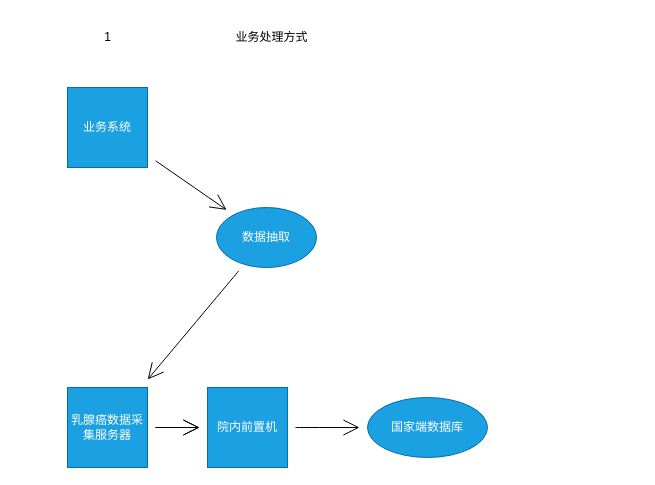
Earlier version of the draw.io diagram Untitled Diagram.drawio (JayCheungS/zqy). Source tidied: cells renumbered, new cells numbered last; positions are measured from the earlier drawing's top-left corner, leaving out a move shared by most shapes. Both pictures are drawn from the tidied source at 100%, with x=0, y=0 at pixel (67, 27).
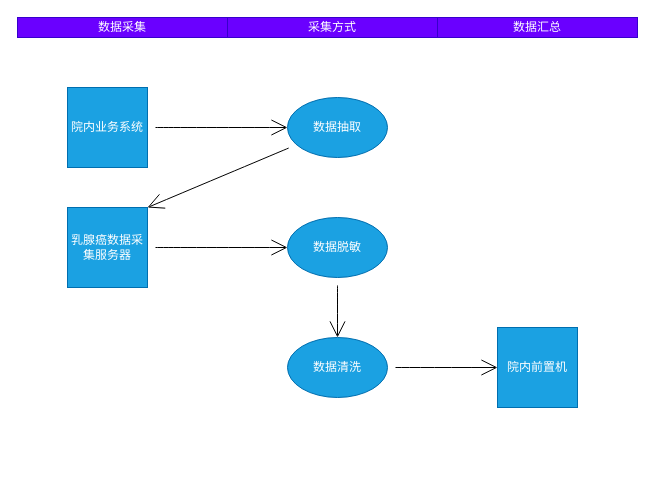
Above is the later version.

Diff of the diagram source:
```diff
@@
 <mxGraphModel>
   <root>
     <mxCell id="0" />
     <mxCell id="1" parent="0" />
-    <mxCell id="2" style="edgeStyle=none;curved=1;rounded=0;jettySize=auto;html=1;endArrow=open;startSize=14;endSize=14;sourcePerimeterSpacing=8;targetPerimeterSpacing=8;" parent="1" edge="1" source="4" target="6">
-      <mxGeometry relative="1" as="geometry" />
-    </mxCell>
-    <mxCell id="3" style="edgeStyle=none;curved=1;rounded=0;jettySize=auto;html=1;endArrow=open;startSize=14;endSize=14;sourcePerimeterSpacing=8;targetPerimeterSpacing=8;" parent="1" edge="1" source="4" target="6">
-      <mxGeometry relative="1" as="geometry" />
-    </mxCell>
+    <mxCell id="14" style="edgeStyle=none;curved=1;rounded=0;jettySize=auto;html=1;entryX=0;entryY=0.5;entryDx=0;entryDy=0;endArrow=open;startSize=14;endSize=14;sourcePerimeterSpacing=8;targetPerimeterSpacing=8;" parent="1" edge="1" source="4" target="16">
+      <mxGeometry relative="1" as="geometry" />
+    </mxCell>
     <mxCell id="4" value="乳腺癌数据采集服务器" style="whiteSpace=wrap;html=1;hachureGap=4;fillColor=#1ba1e2;strokeColor=#006EAF;fontColor=#ffffff;" parent="1" vertex="1">
-      <mxGeometry y="360" width="80" height="80" as="geometry" />
+      <mxGeometry y="180" width="80" height="80" as="geometry" />
     </mxCell>
-    <mxCell id="5" style="edgeStyle=none;curved=1;rounded=0;jettySize=auto;html=1;endArrow=open;startSize=14;endSize=14;sourcePerimeterSpacing=8;targetPerimeterSpacing=8;" parent="1" edge="1" source="6" target="7">
-      <mxGeometry relative="1" as="geometry" />
-    </mxCell>
-    <mxCell id="6" value="院内前置机" style="whiteSpace=wrap;html=1;hachureGap=4;fillColor=#1ba1e2;strokeColor=#006EAF;fontColor=#ffffff;" parent="1" vertex="1">
-      <mxGeometry x="140" y="360" width="80" height="80" as="geometry" />
-    </mxCell>
-    <mxCell id="7" value="国家端数据库" style="ellipse;whiteSpace=wrap;html=1;fontColor=#ffffff;strokeColor=#006EAF;fillColor=#1ba1e2;hachureGap=4;" parent="1" vertex="1">
-      <mxGeometry x="300" y="370" width="120" height="60" as="geometry" />
-    </mxCell>
-    <mxCell id="8" style="edgeStyle=none;curved=1;rounded=0;jettySize=auto;html=1;endArrow=open;startSize=14;endSize=14;sourcePerimeterSpacing=8;targetPerimeterSpacing=8;" parent="1" edge="1" source="9" target="4">
+    <mxCell id="8" style="edgeStyle=none;curved=1;rounded=0;jettySize=auto;html=1;endArrow=open;startSize=14;endSize=14;sourcePerimeterSpacing=8;targetPerimeterSpacing=8;entryX=1;entryY=0;entryDx=0;entryDy=0;" parent="1" edge="1" source="9" target="4">
       <mxGeometry relative="1" as="geometry" />
     </mxCell>
     <mxCell id="9" value="数据抽取" style="ellipse;whiteSpace=wrap;html=1;fontColor=#ffffff;strokeColor=#006EAF;fillColor=#1ba1e2;hachureGap=4;" parent="1" vertex="1">
-      <mxGeometry x="149" y="180" width="100" height="60" as="geometry" />
+      <mxGeometry x="220" y="70" width="100" height="60" as="geometry" />
     </mxCell>
-    <mxCell id="10" style="edgeStyle=none;curved=1;rounded=0;jettySize=auto;html=1;endArrow=open;startSize=14;endSize=14;sourcePerimeterSpacing=8;targetPerimeterSpacing=8;" parent="1" edge="1" source="11" target="9">
+    <mxCell id="10" style="edgeStyle=none;curved=1;rounded=0;jettySize=auto;html=1;entryX=0;entryY=0.5;entryDx=0;entryDy=0;endArrow=open;startSize=14;endSize=14;sourcePerimeterSpacing=8;targetPerimeterSpacing=8;" parent="1" edge="1" source="11" target="9">
       <mxGeometry relative="1" as="geometry" />
     </mxCell>
-    <mxCell id="11" value="业务系统" style="whiteSpace=wrap;html=1;hachureGap=4;fillColor=#1ba1e2;strokeColor=#006EAF;fontColor=#ffffff;" parent="1" vertex="1">
+    <mxCell id="11" value="院内业务系统" style="whiteSpace=wrap;html=1;hachureGap=4;fillColor=#1ba1e2;strokeColor=#006EAF;fontColor=#ffffff;" parent="1" vertex="1">
       <mxGeometry y="60" width="80" height="80" as="geometry" />
     </mxCell>
-    <mxCell id="12" value="1" style="text;html=1;align=center;verticalAlign=middle;fillColor=none;strokeColor=none;rounded=0;hachureGap=4;" parent="1" vertex="1">
-      <mxGeometry x="30" width="20" height="20" as="geometry" />
-    </mxCell>
-    <mxCell id="13" value="业务处理方式" style="text;html=1;align=center;verticalAlign=middle;fillColor=none;strokeColor=none;rounded=0;hachureGap=4;" parent="1" vertex="1">
-      <mxGeometry x="159" width="90" height="20" as="geometry" />
-    </mxCell>
+    <mxCell id="15" style="edgeStyle=none;curved=1;rounded=0;jettySize=auto;html=1;entryX=0.5;entryY=0;entryDx=0;entryDy=0;endArrow=open;startSize=14;endSize=14;sourcePerimeterSpacing=8;targetPerimeterSpacing=8;" parent="1" edge="1" source="16" target="18">
+      <mxGeometry relative="1" as="geometry" />
+    </mxCell>
+    <mxCell id="16" value="数据脱敏" style="ellipse;whiteSpace=wrap;html=1;fontColor=#ffffff;strokeColor=#006EAF;fillColor=#1ba1e2;hachureGap=4;" parent="1" vertex="1">
+      <mxGeometry x="220" y="190" width="100" height="60" as="geometry" />
+    </mxCell>
+    <mxCell id="17" style="edgeStyle=none;curved=1;rounded=0;jettySize=auto;html=1;entryX=0;entryY=0.5;entryDx=0;entryDy=0;endArrow=open;startSize=14;endSize=14;sourcePerimeterSpacing=8;targetPerimeterSpacing=8;" parent="1" edge="1" source="18" target="6">
+      <mxGeometry relative="1" as="geometry" />
+    </mxCell>
+    <mxCell id="18" value="数据清洗" style="ellipse;whiteSpace=wrap;html=1;fontColor=#ffffff;strokeColor=#006EAF;fillColor=#1ba1e2;hachureGap=4;" parent="1" vertex="1">
+      <mxGeometry x="220" y="310" width="100" height="60" as="geometry" />
+    </mxCell>
+    <mxCell id="19" value="数据采集" style="text;html=1;strokeColor=#3700CC;fillColor=#6a00ff;align=center;verticalAlign=middle;whiteSpace=wrap;rounded=0;hachureGap=4;fontColor=#ffffff;" parent="1" vertex="1">
+      <mxGeometry x="-50" y="-10" width="210" height="20" as="geometry" />
+    </mxCell>
+    <mxCell id="20" value="采集方式" style="text;html=1;strokeColor=#3700CC;fillColor=#6a00ff;align=center;verticalAlign=middle;whiteSpace=wrap;rounded=0;hachureGap=4;fontColor=#ffffff;" parent="1" vertex="1">
+      <mxGeometry x="160" y="-10" width="210" height="20" as="geometry" />
+    </mxCell>
+    <mxCell id="21" value="数据汇总" style="text;html=1;strokeColor=#3700CC;fillColor=#6a00ff;align=center;verticalAlign=middle;whiteSpace=wrap;rounded=0;hachureGap=4;fontColor=#ffffff;" parent="1" vertex="1">
+      <mxGeometry x="370" y="-10" width="200" height="20" as="geometry" />
+    </mxCell>
+    <mxCell id="6" value="院内前置机" style="whiteSpace=wrap;html=1;hachureGap=4;fillColor=#1ba1e2;strokeColor=#006EAF;fontColor=#ffffff;" parent="1" vertex="1">
+      <mxGeometry x="430" y="300" width="80" height="80" as="geometry" />
+    </mxCell>
   </root>
 </mxGraphModel>
```
